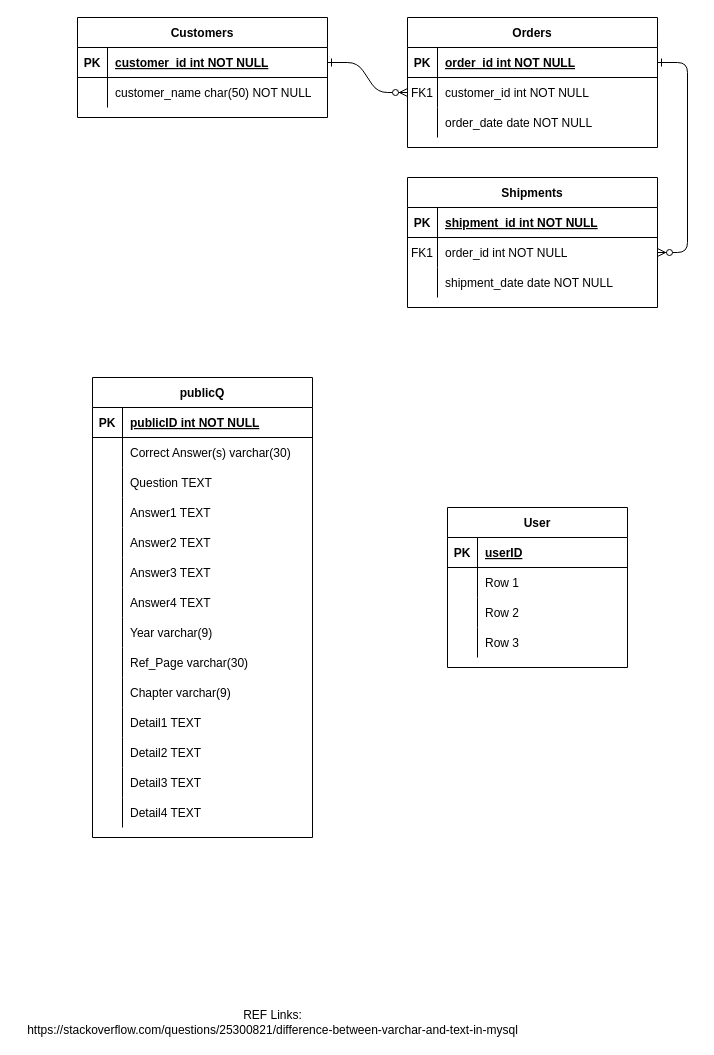
Earlier version of the draw.io diagram model/NahootDB_ER_model.drawio (luckypig3400/Medical_Information_Manager_License_Past_Quiz). Source tidied: cells renumbered, new cells numbered last; positions are measured from the earlier drawing's top-left corner, leaving out a move shared by most shapes. Both pictures are drawn from the tidied source at 100%, with x=0, y=0 at pixel (17, 17).
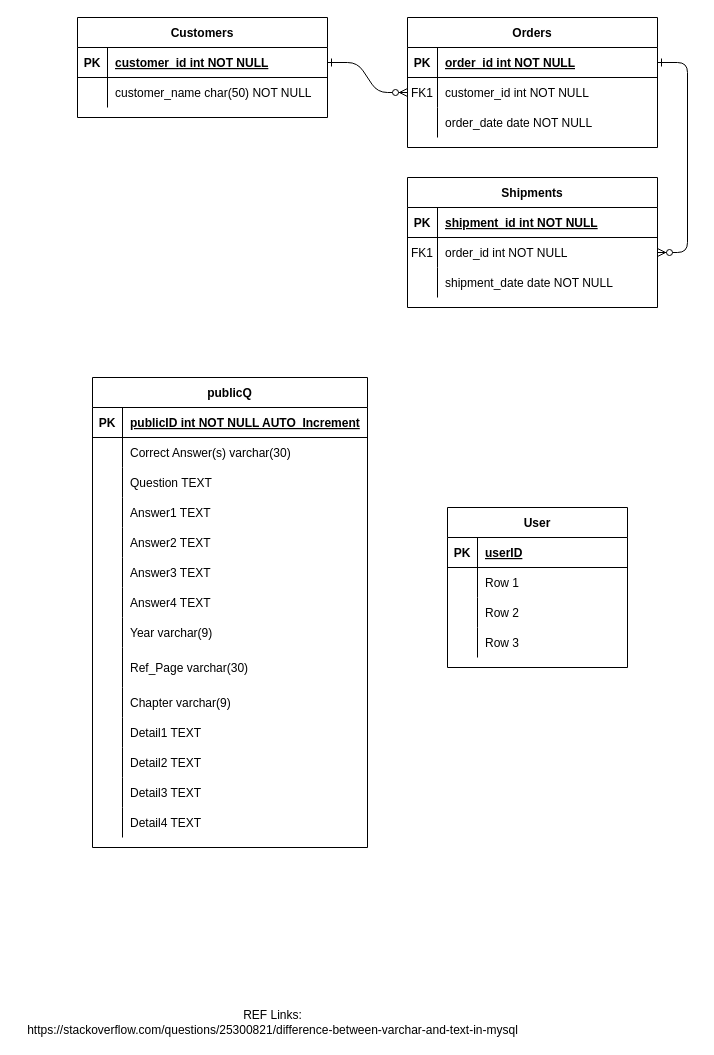
Above is the later version.

Commit message (it also covers changes not shown here):
Create Table publicQ & Update ER model

Diff of the diagram source:
```diff
@@
     <mxCell id="31" value="publicQ" style="shape=table;startSize=30;childLayout=tableLayout;rowLines=0;fontStyle=1;align=center;" parent="1" vertex="1">
-      <mxGeometry x="75" y="360" width="220" height="460" as="geometry" />
+      <mxGeometry x="75" y="360" width="275" height="470" as="geometry" />
     </mxCell>
     <mxCell id="32" style="shape=partialRectangle;fillColor=none;top=0;left=0;bottom=1;right=0;" parent="31" vertex="1">
-      <mxGeometry y="30" width="220" height="30" as="geometry" />
+      <mxGeometry y="30" width="275" height="30" as="geometry" />
     </mxCell>
@@
-    <mxCell id="34" value="publicID int NOT NULL" style="shape=partialRectangle;fillColor=none;top=0;left=0;bottom=0;right=0;align=left;spacingLeft=6;fontStyle=5;overflow=hidden;" parent="32" vertex="1">
-      <mxGeometry x="30" width="190" height="30" as="geometry" />
+    <mxCell id="34" value="publicID int NOT NULL AUTO_Increment" style="shape=partialRectangle;fillColor=none;top=0;left=0;bottom=0;right=0;align=left;spacingLeft=6;fontStyle=5;overflow=hidden;" parent="32" vertex="1">
+      <mxGeometry x="30" width="245" height="30" as="geometry" />
     </mxCell>
     <mxCell id="35" style="shape=partialRectangle;fillColor=none;top=0;left=0;bottom=0;right=0;" parent="31" vertex="1">
-      <mxGeometry y="60" width="220" height="30" as="geometry" />
+      <mxGeometry y="60" width="275" height="30" as="geometry" />
     </mxCell>
@@
     <mxCell id="37" value="Correct Answer(s) varchar(30)" style="shape=partialRectangle;fillColor=none;top=0;left=0;bottom=0;right=0;align=left;spacingLeft=6;overflow=hidden;" parent="35" vertex="1">
-      <mxGeometry x="30" width="190" height="30" as="geometry" />
+      <mxGeometry x="30" width="245" height="30" as="geometry" />
     </mxCell>
     <mxCell id="38" style="shape=partialRectangle;fillColor=none;top=0;left=0;bottom=0;right=0;" parent="31" vertex="1">
-      <mxGeometry y="90" width="220" height="30" as="geometry" />
+      <mxGeometry y="90" width="275" height="30" as="geometry" />
     </mxCell>
@@
     <mxCell id="40" value="Question TEXT" style="shape=partialRectangle;fillColor=none;top=0;left=0;bottom=0;right=0;align=left;spacingLeft=6;overflow=hidden;" parent="38" vertex="1">
-      <mxGeometry x="30" width="190" height="30" as="geometry" />
+      <mxGeometry x="30" width="245" height="30" as="geometry" />
     </mxCell>
     <mxCell id="41" style="shape=partialRectangle;fillColor=none;top=0;left=0;bottom=0;right=0;" parent="31" vertex="1">
-      <mxGeometry y="120" width="220" height="30" as="geometry" />
+      <mxGeometry y="120" width="275" height="30" as="geometry" />
     </mxCell>
@@
     <mxCell id="43" value="Answer1 TEXT" style="shape=partialRectangle;fillColor=none;top=0;left=0;bottom=0;right=0;align=left;spacingLeft=6;overflow=hidden;" parent="41" vertex="1">
-      <mxGeometry x="30" width="190" height="30" as="geometry" />
+      <mxGeometry x="30" width="245" height="30" as="geometry" />
     </mxCell>
     <mxCell id="44" style="shape=partialRectangle;fillColor=none;top=0;left=0;bottom=0;right=0;" parent="31" vertex="1">
-      <mxGeometry y="150" width="220" height="30" as="geometry" />
+      <mxGeometry y="150" width="275" height="30" as="geometry" />
     </mxCell>
@@
     <mxCell id="46" value="Answer2 TEXT" style="shape=partialRectangle;fillColor=none;top=0;left=0;bottom=0;right=0;align=left;spacingLeft=6;overflow=hidden;" parent="44" vertex="1">
-      <mxGeometry x="30" width="190" height="30" as="geometry" />
+      <mxGeometry x="30" width="245" height="30" as="geometry" />
     </mxCell>
     <mxCell id="47" style="shape=partialRectangle;fillColor=none;top=0;left=0;bottom=0;right=0;" parent="31" vertex="1">
-      <mxGeometry y="180" width="220" height="30" as="geometry" />
+      <mxGeometry y="180" width="275" height="30" as="geometry" />
     </mxCell>
@@
     <mxCell id="49" value="Answer3 TEXT" style="shape=partialRectangle;fillColor=none;top=0;left=0;bottom=0;right=0;align=left;spacingLeft=6;overflow=hidden;" parent="47" vertex="1">
-      <mxGeometry x="30" width="190" height="30" as="geometry" />
+      <mxGeometry x="30" width="245" height="30" as="geometry" />
     </mxCell>
     <mxCell id="50" style="shape=partialRectangle;fillColor=none;top=0;left=0;bottom=0;right=0;" parent="31" vertex="1">
-      <mxGeometry y="210" width="220" height="30" as="geometry" />
+      <mxGeometry y="210" width="275" height="30" as="geometry" />
     </mxCell>
@@
     <mxCell id="52" value="Answer4 TEXT" style="shape=partialRectangle;fillColor=none;top=0;left=0;bottom=0;right=0;align=left;spacingLeft=6;overflow=hidden;" parent="50" vertex="1">
-      <mxGeometry x="30" width="190" height="30" as="geometry" />
+      <mxGeometry x="30" width="245" height="30" as="geometry" />
     </mxCell>
     <mxCell id="53" style="shape=partialRectangle;fillColor=none;top=0;left=0;bottom=0;right=0;" parent="31" vertex="1">
-      <mxGeometry y="240" width="220" height="30" as="geometry" />
+      <mxGeometry y="240" width="275" height="30" as="geometry" />
     </mxCell>
@@
     <mxCell id="55" value="Year varchar(9)" style="shape=partialRectangle;fillColor=none;top=0;left=0;bottom=0;right=0;align=left;spacingLeft=6;overflow=hidden;" parent="53" vertex="1">
-      <mxGeometry x="30" width="190" height="30" as="geometry" />
+      <mxGeometry x="30" width="245" height="30" as="geometry" />
     </mxCell>
     <mxCell id="56" style="shape=partialRectangle;fillColor=none;top=0;left=0;bottom=0;right=0;" parent="31" vertex="1">
-      <mxGeometry y="270" width="220" height="30" as="geometry" />
+      <mxGeometry y="270" width="275" height="40" as="geometry" />
     </mxCell>
     <mxCell id="57" style="shape=partialRectangle;fillColor=none;top=0;left=0;bottom=0;right=0;overflow=hidden;" parent="56" vertex="1">
-      <mxGeometry width="30" height="30" as="geometry" />
+      <mxGeometry width="30" height="40" as="geometry" />
     </mxCell>
     <mxCell id="58" value="Ref_Page varchar(30)" style="shape=partialRectangle;fillColor=none;top=0;left=0;bottom=0;right=0;align=left;spacingLeft=6;overflow=hidden;" parent="56" vertex="1">
-      <mxGeometry x="30" width="190" height="30" as="geometry" />
+      <mxGeometry x="30" width="245" height="40" as="geometry" />
     </mxCell>
     <mxCell id="59" style="shape=partialRectangle;fillColor=none;top=0;left=0;bottom=0;right=0;" parent="31" vertex="1">
-      <mxGeometry y="300" width="220" height="30" as="geometry" />
+      <mxGeometry y="310" width="275" height="30" as="geometry" />
     </mxCell>
@@
     <mxCell id="61" value="Chapter varchar(9)" style="shape=partialRectangle;fillColor=none;top=0;left=0;bottom=0;right=0;align=left;spacingLeft=6;overflow=hidden;" parent="59" vertex="1">
-      <mxGeometry x="30" width="190" height="30" as="geometry" />
+      <mxGeometry x="30" width="245" height="30" as="geometry" />
     </mxCell>
     <mxCell id="62" style="shape=partialRectangle;fillColor=none;top=0;left=0;bottom=0;right=0;" parent="31" vertex="1">
-      <mxGeometry y="330" width="220" height="30" as="geometry" />
+      <mxGeometry y="340" width="275" height="30" as="geometry" />
     </mxCell>
@@
     <mxCell id="64" value="Detail1 TEXT" style="shape=partialRectangle;fillColor=none;top=0;left=0;bottom=0;right=0;align=left;spacingLeft=6;overflow=hidden;" parent="62" vertex="1">
-      <mxGeometry x="30" width="190" height="30" as="geometry" />
+      <mxGeometry x="30" width="245" height="30" as="geometry" />
     </mxCell>
     <mxCell id="65" style="shape=partialRectangle;fillColor=none;top=0;left=0;bottom=0;right=0;" parent="31" vertex="1">
-      <mxGeometry y="360" width="220" height="30" as="geometry" />
+      <mxGeometry y="370" width="275" height="30" as="geometry" />
     </mxCell>
@@
     <mxCell id="67" value="Detail2 TEXT" style="shape=partialRectangle;fillColor=none;top=0;left=0;bottom=0;right=0;align=left;spacingLeft=6;overflow=hidden;" parent="65" vertex="1">
-      <mxGeometry x="30" width="190" height="30" as="geometry" />
+      <mxGeometry x="30" width="245" height="30" as="geometry" />
     </mxCell>
     <mxCell id="68" style="shape=partialRectangle;fillColor=none;top=0;left=0;bottom=0;right=0;" parent="31" vertex="1">
-      <mxGeometry y="390" width="220" height="30" as="geometry" />
+      <mxGeometry y="400" width="275" height="30" as="geometry" />
     </mxCell>
@@
     <mxCell id="70" value="Detail3 TEXT" style="shape=partialRectangle;fillColor=none;top=0;left=0;bottom=0;right=0;align=left;spacingLeft=6;overflow=hidden;" parent="68" vertex="1">
-      <mxGeometry x="30" width="190" height="30" as="geometry" />
+      <mxGeometry x="30" width="245" height="30" as="geometry" />
     </mxCell>
     <mxCell id="71" style="shape=partialRectangle;fillColor=none;top=0;left=0;bottom=0;right=0;" parent="31" vertex="1">
-      <mxGeometry y="420" width="220" height="30" as="geometry" />
+      <mxGeometry y="430" width="275" height="30" as="geometry" />
     </mxCell>
@@
     <mxCell id="73" value="Detail4 TEXT" style="shape=partialRectangle;fillColor=none;top=0;left=0;bottom=0;right=0;align=left;spacingLeft=6;overflow=hidden;" parent="71" vertex="1">
-      <mxGeometry x="30" width="190" height="30" as="geometry" />
+      <mxGeometry x="30" width="245" height="30" as="geometry" />
     </mxCell>
```
